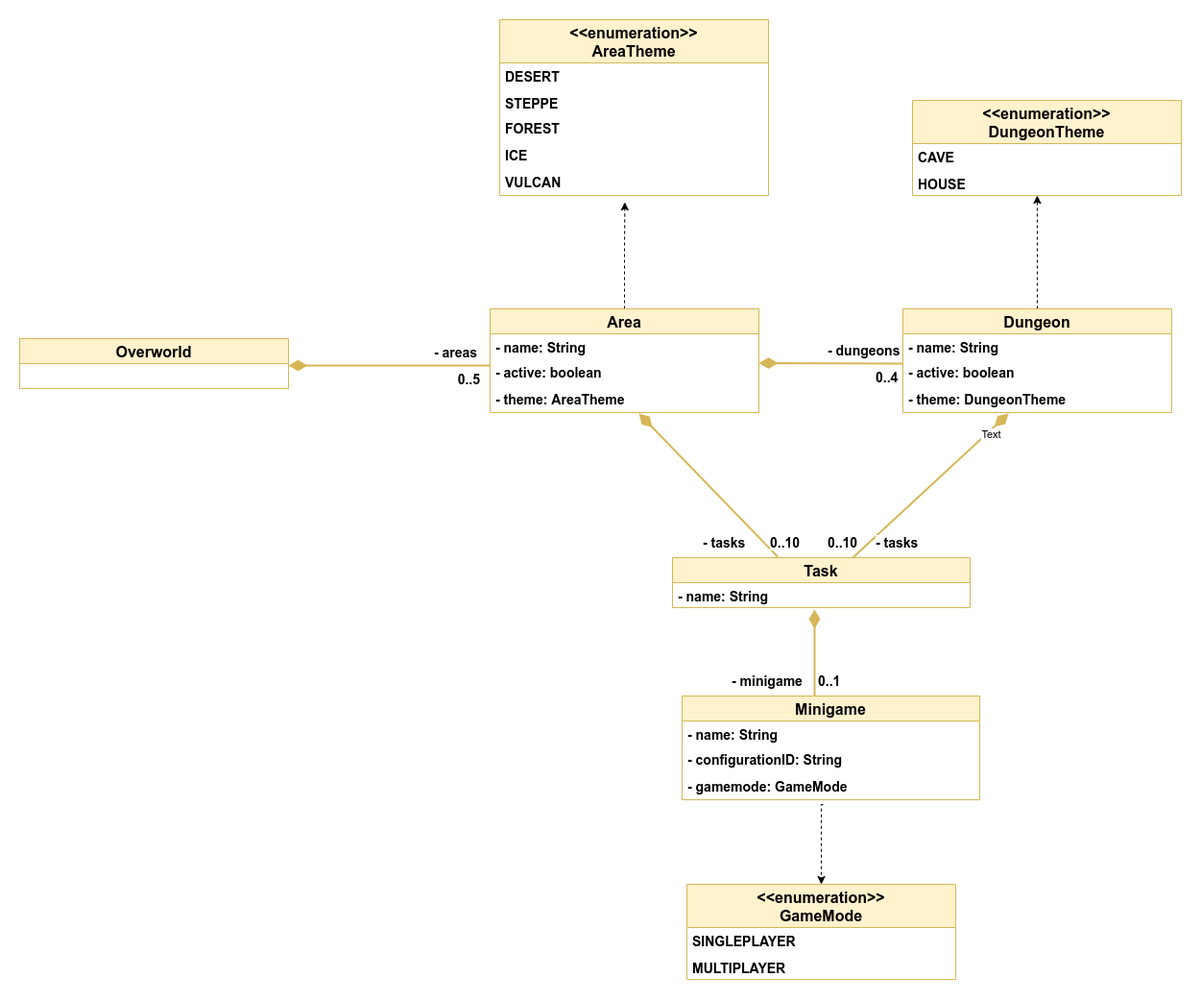
This is dev-manuals/services/overworld/class-diagram/overworld-class-diagram.png from Gamify-IT/docs, a draw.io export, as it was before one commit. Source tidied: cells renumbered, new cells last; positions are measured from the earlier drawing's top-left corner, leaving out a move shared by most shapes.
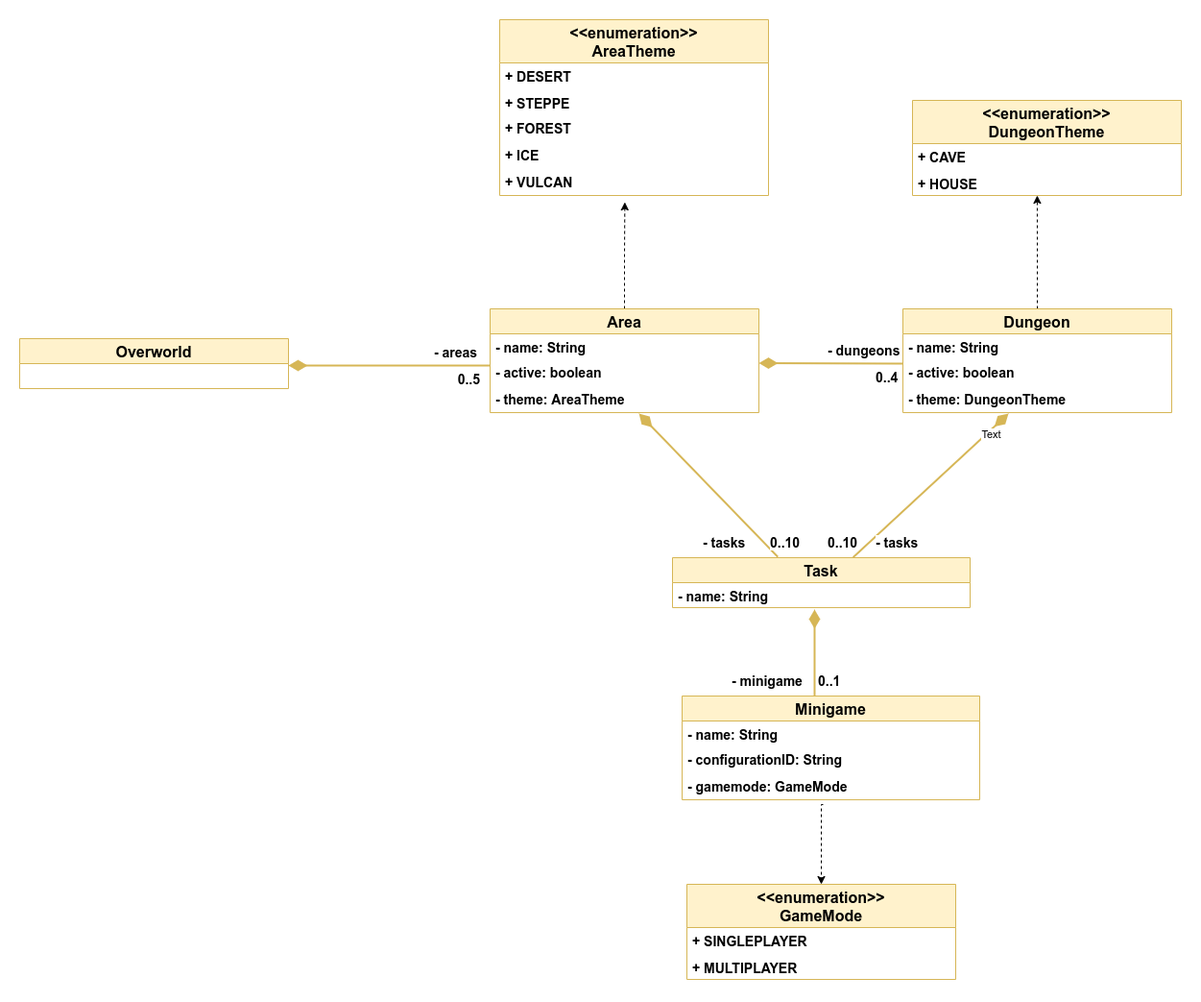
The same diagram one commit later.

Commit message:
add + on enumeration types

Change to the diagram source:
```diff
@@ -125,37 +125,37 @@
     <mxCell id="36" value="&lt;&lt;enumeration&gt;&gt;&#10;AreaTheme" style="swimlane;fontStyle=1;horizontal=1;startSize=45;fillColor=#fff2cc;strokeColor=#d6b656;fontSize=16;strokeWidth=1;fixDash=0;arcSize=15;" parent="1" vertex="1">
       <mxGeometry x="500" width="280" height="183" as="geometry" />
     </mxCell>
-    <mxCell id="37" value="DESERT" style="text;strokeColor=none;fillColor=none;align=left;verticalAlign=top;spacingLeft=4;spacingRight=4;overflow=hidden;fontStyle=1;fontSize=14;" parent="36" vertex="1">
+    <mxCell id="37" value="+ DESERT" style="text;strokeColor=none;fillColor=none;align=left;verticalAlign=top;spacingLeft=4;spacingRight=4;overflow=hidden;fontStyle=1;fontSize=14;" parent="36" vertex="1">
       <mxGeometry y="45" width="280" height="28" as="geometry" />
     </mxCell>
-    <mxCell id="38" value="STEPPE" style="text;strokeColor=none;fillColor=none;align=left;verticalAlign=top;spacingLeft=4;spacingRight=4;overflow=hidden;fontStyle=1;fontSize=14;" parent="36" vertex="1">
+    <mxCell id="38" value="+ STEPPE" style="text;strokeColor=none;fillColor=none;align=left;verticalAlign=top;spacingLeft=4;spacingRight=4;overflow=hidden;fontStyle=1;fontSize=14;" parent="36" vertex="1">
       <mxGeometry y="73" width="280" height="26" as="geometry" />
     </mxCell>
-    <mxCell id="39" value="FOREST" style="text;strokeColor=none;fillColor=none;align=left;verticalAlign=top;spacingLeft=4;spacingRight=4;overflow=hidden;fontStyle=1;fontSize=14;" parent="36" vertex="1">
+    <mxCell id="39" value="+ FOREST" style="text;strokeColor=none;fillColor=none;align=left;verticalAlign=top;spacingLeft=4;spacingRight=4;overflow=hidden;fontStyle=1;fontSize=14;" parent="36" vertex="1">
       <mxGeometry y="99" width="280" height="28" as="geometry" />
     </mxCell>
-    <mxCell id="40" value="ICE" style="text;strokeColor=none;fillColor=none;align=left;verticalAlign=top;spacingLeft=4;spacingRight=4;overflow=hidden;fontStyle=1;fontSize=14;" parent="36" vertex="1">
+    <mxCell id="40" value="+ ICE" style="text;strokeColor=none;fillColor=none;align=left;verticalAlign=top;spacingLeft=4;spacingRight=4;overflow=hidden;fontStyle=1;fontSize=14;" parent="36" vertex="1">
       <mxGeometry y="127" width="280" height="28" as="geometry" />
     </mxCell>
-    <mxCell id="41" value="VULCAN" style="text;strokeColor=none;fillColor=none;align=left;verticalAlign=top;spacingLeft=4;spacingRight=4;overflow=hidden;fontStyle=1;fontSize=14;" parent="36" vertex="1">
+    <mxCell id="41" value="+ VULCAN" style="text;strokeColor=none;fillColor=none;align=left;verticalAlign=top;spacingLeft=4;spacingRight=4;overflow=hidden;fontStyle=1;fontSize=14;" parent="36" vertex="1">
       <mxGeometry y="155" width="280" height="28" as="geometry" />
     </mxCell>
     <mxCell id="42" value="&lt;&lt;enumeration&gt;&gt;&#10;DungeonTheme" style="swimlane;fontStyle=1;horizontal=1;startSize=45;fillColor=#fff2cc;strokeColor=#d6b656;fontSize=16;strokeWidth=1;fixDash=0;arcSize=15;" parent="1" vertex="1">
       <mxGeometry x="930" y="84" width="280" height="99" as="geometry" />
     </mxCell>
-    <mxCell id="43" value="CAVE" style="text;strokeColor=none;fillColor=none;align=left;verticalAlign=top;spacingLeft=4;spacingRight=4;overflow=hidden;fontStyle=1;fontSize=14;" parent="42" vertex="1">
+    <mxCell id="43" value="+ CAVE" style="text;strokeColor=none;fillColor=none;align=left;verticalAlign=top;spacingLeft=4;spacingRight=4;overflow=hidden;fontStyle=1;fontSize=14;" parent="42" vertex="1">
       <mxGeometry y="45" width="280" height="28" as="geometry" />
     </mxCell>
-    <mxCell id="44" value="HOUSE" style="text;strokeColor=none;fillColor=none;align=left;verticalAlign=top;spacingLeft=4;spacingRight=4;overflow=hidden;points=[[0,0.5],[1,0.5]];portConstraint=eastwest;fontStyle=1;fontSize=14;" parent="42" vertex="1">
+    <mxCell id="44" value="+ HOUSE" style="text;strokeColor=none;fillColor=none;align=left;verticalAlign=top;spacingLeft=4;spacingRight=4;overflow=hidden;points=[[0,0.5],[1,0.5]];portConstraint=eastwest;fontStyle=1;fontSize=14;" parent="42" vertex="1">
       <mxGeometry y="73" width="280" height="26" as="geometry" />
     </mxCell>
     <mxCell id="45" value="&lt;&lt;enumeration&gt;&gt;&#10;GameMode" style="swimlane;fontStyle=1;horizontal=1;startSize=45;fillColor=#fff2cc;strokeColor=#d6b656;fontSize=16;strokeWidth=1;fixDash=0;arcSize=15;" parent="1" vertex="1">
       <mxGeometry x="695" y="900" width="280" height="99" as="geometry" />
     </mxCell>
-    <mxCell id="46" value="SINGLEPLAYER" style="text;strokeColor=none;fillColor=none;align=left;verticalAlign=top;spacingLeft=4;spacingRight=4;overflow=hidden;fontStyle=1;fontSize=14;" parent="45" vertex="1">
+    <mxCell id="46" value="+ SINGLEPLAYER" style="text;strokeColor=none;fillColor=none;align=left;verticalAlign=top;spacingLeft=4;spacingRight=4;overflow=hidden;fontStyle=1;fontSize=14;" parent="45" vertex="1">
       <mxGeometry y="45" width="280" height="28" as="geometry" />
     </mxCell>
-    <mxCell id="47" value="MULTIPLAYER" style="text;strokeColor=none;fillColor=none;align=left;verticalAlign=top;spacingLeft=4;spacingRight=4;overflow=hidden;fontStyle=1;fontSize=14;" parent="45" vertex="1">
+    <mxCell id="47" value="+ MULTIPLAYER" style="text;strokeColor=none;fillColor=none;align=left;verticalAlign=top;spacingLeft=4;spacingRight=4;overflow=hidden;fontStyle=1;fontSize=14;" parent="45" vertex="1">
       <mxGeometry y="73" width="280" height="26" as="geometry" />
     </mxCell>
     <mxCell id="48" style="edgeStyle=orthogonalEdgeStyle;rounded=0;jettySize=auto;html=1;dashed=1;entryX=0.5;entryY=0;entryDx=0;entryDy=0;exitX=0.474;exitY=1.179;exitDx=0;exitDy=0;exitPerimeter=0;" parent="1" edge="1" source="31" target="45">
```
